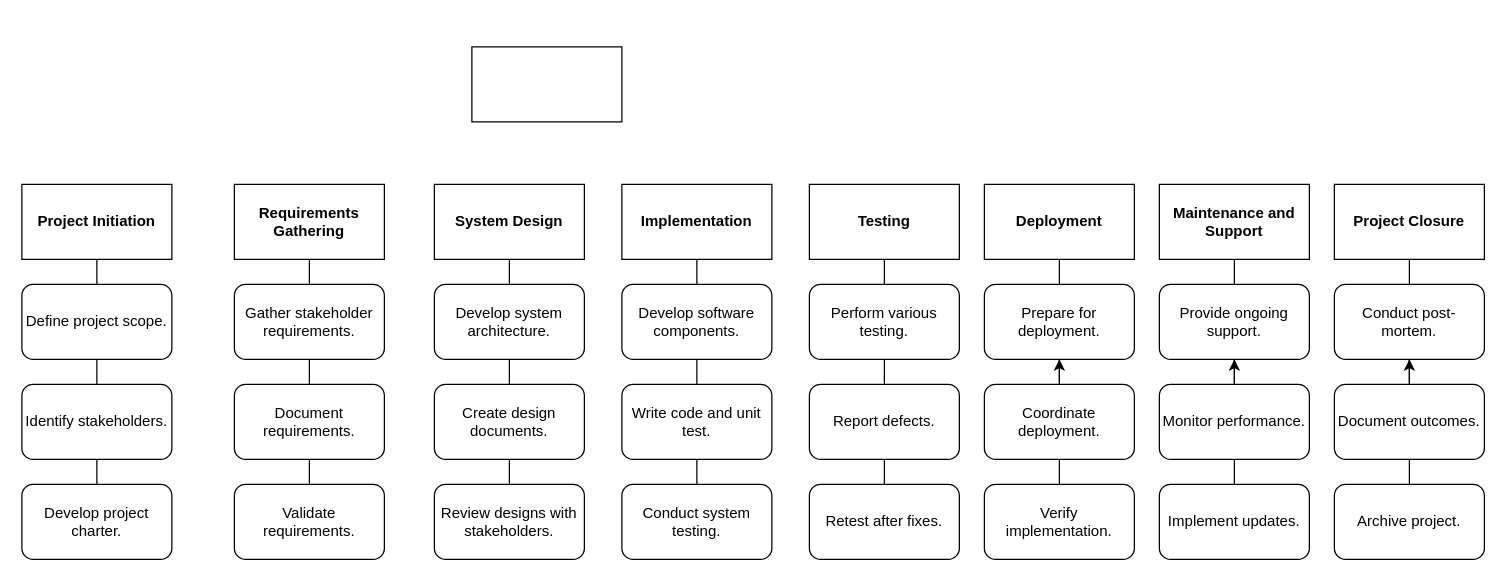
Keny7503/draw.io keeps this draw.io diagram as WBS.drawio. Above is the earlier version. Source tidied: cells renumbered, new cells numbered last; positions are measured from the earlier drawing's top-left corner, leaving out a move shared by most shapes. Both pictures are drawn from the tidied source at 125%, with x=0, y=0 at pixel (21, 46).
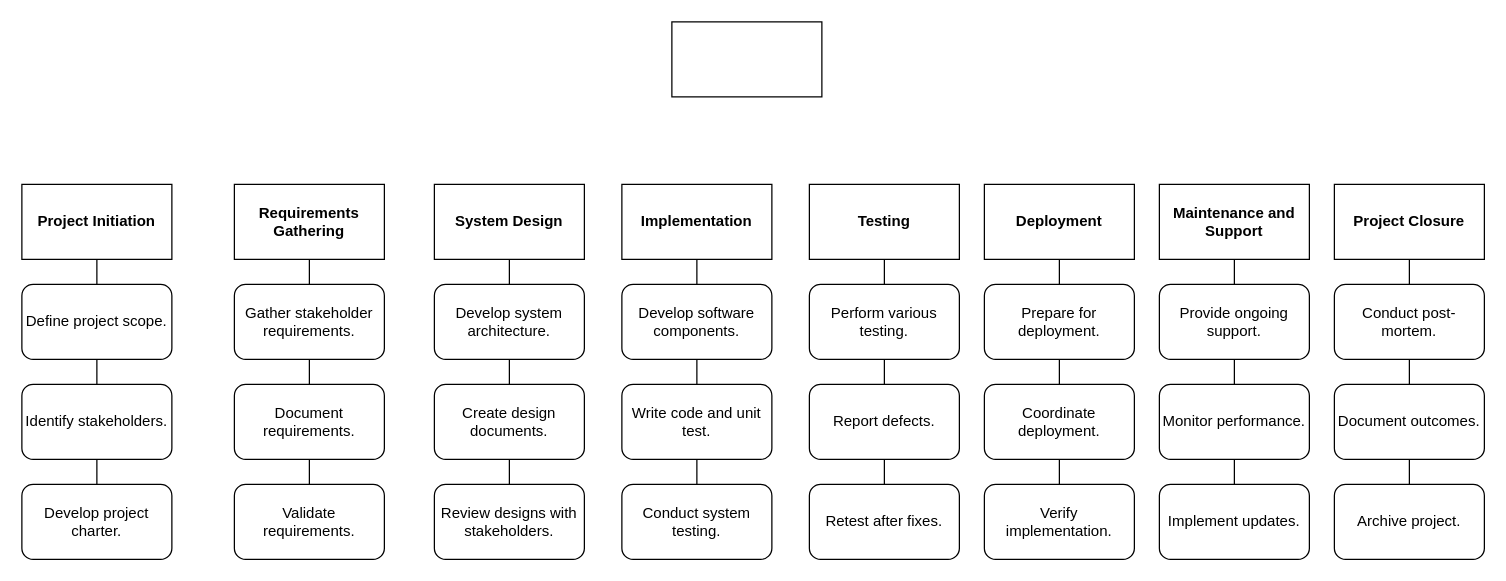
The same diagram, later.

The change refers to these unchanged cells:
```xml
<mxCell id="39" value="Prepare for deployment." style="rounded=1;whiteSpace=wrap;html=1;" parent="1" vertex="1">
  <mxGeometry x="770" y="190" width="120" height="60" as="geometry" />
</mxCell>
<mxCell id="41" value="Coordinate deployment." style="rounded=1;whiteSpace=wrap;html=1;" parent="1" vertex="1">
  <mxGeometry x="770" y="270" width="120" height="60" as="geometry" />
</mxCell>
<mxCell id="47" value="Provide ongoing support." style="rounded=1;whiteSpace=wrap;html=1;" parent="1" vertex="1">
  <mxGeometry x="910" y="190" width="120" height="60" as="geometry" />
</mxCell>
<mxCell id="49" value="Monitor performance." style="rounded=1;whiteSpace=wrap;html=1;" parent="1" vertex="1">
  <mxGeometry x="910" y="270" width="120" height="60" as="geometry" />
</mxCell>
<mxCell id="55" value="Conduct post-mortem." style="rounded=1;whiteSpace=wrap;html=1;" parent="1" vertex="1">
  <mxGeometry x="1050" y="190" width="120" height="60" as="geometry" />
</mxCell>
<mxCell id="57" value="Document outcomes." style="rounded=1;whiteSpace=wrap;html=1;" parent="1" vertex="1">
  <mxGeometry x="1050" y="270" width="120" height="60" as="geometry" />
</mxCell>
```

What changed in the source:
```diff
@@
     <mxCell id="2" style="rounded=0;whiteSpace=wrap;html=1;" parent="1" vertex="1">
-      <mxGeometry x="360" width="120" height="60" as="geometry" />
+      <mxGeometry x="520" y="-20" width="120" height="60" as="geometry" />
     </mxCell>
@@
-    <mxCell id="40" style="edgeStyle=orthogonalEdgeStyle;rounded=0;jettySize=auto;html=1;" parent="1" edge="1" source="41" target="39">
-      <mxGeometry relative="1" as="geometry" />
-    </mxCell>
@@
-    <mxCell id="43" style="endArrow=none;html=1;rounded=0;" parent="1" edge="1" source="41" target="39">
-      <mxGeometry relative="1" as="geometry" />
-    </mxCell>
@@
-    <mxCell id="48" style="edgeStyle=orthogonalEdgeStyle;rounded=0;jettySize=auto;html=1;" parent="1" edge="1" source="49" target="47">
-      <mxGeometry relative="1" as="geometry" />
-    </mxCell>
@@
-    <mxCell id="51" style="endArrow=none;html=1;rounded=0;" parent="1" edge="1" source="49" target="47">
-      <mxGeometry relative="1" as="geometry" />
-    </mxCell>
@@
-    <mxCell id="56" style="edgeStyle=orthogonalEdgeStyle;rounded=0;jettySize=auto;html=1;" parent="1" edge="1" source="57" target="55">
-      <mxGeometry relative="1" as="geometry" />
-    </mxCell>
@@
-    <mxCell id="59" style="endArrow=none;html=1;rounded=0;" parent="1" edge="1" source="57" target="55">
-      <mxGeometry relative="1" as="geometry" />
-    </mxCell>
@@
+    <mxCell id="62" style="endArrow=none;html=1;rounded=0;" parent="1" edge="1" source="41" target="39">
+      <mxGeometry relative="1" as="geometry" />
+    </mxCell>
+    <mxCell id="63" style="endArrow=none;html=1;rounded=0;" parent="1" edge="1" source="49" target="47">
+      <mxGeometry relative="1" as="geometry" />
+    </mxCell>
+    <mxCell id="64" style="endArrow=none;html=1;rounded=0;" parent="1" edge="1" source="57" target="55">
+      <mxGeometry relative="1" as="geometry" />
+    </mxCell>
```
